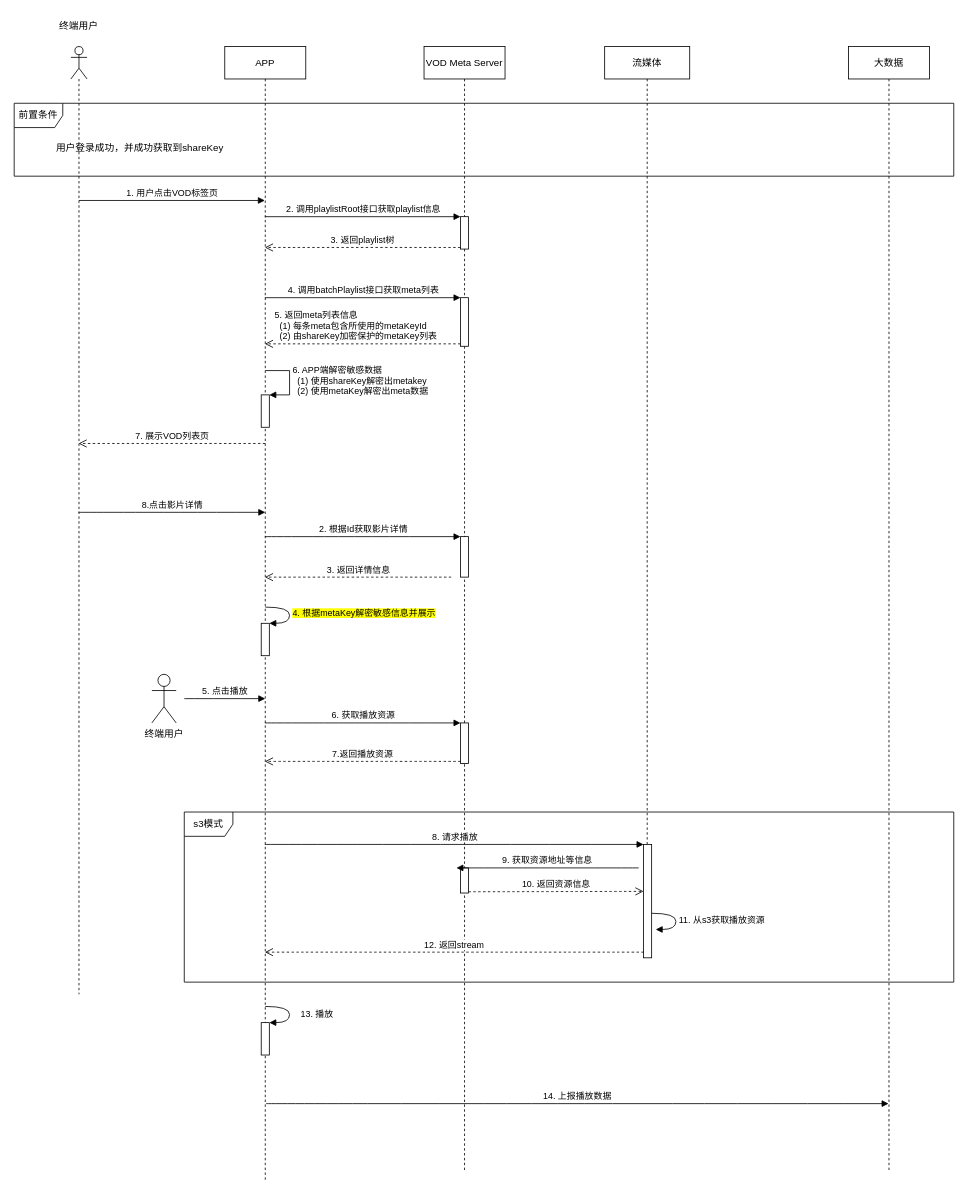
Before: VOD-E2EE.drawio in beixiaohai/zerotrust, a draw.io diagram. Source tidied: cells renumbered, new cells numbered last; positions are measured from the earlier drawing's top-left corner, leaving out a move shared by most shapes. Both pictures are drawn from the tidied source at 81%, with x=0, y=0 at pixel (14, 14).
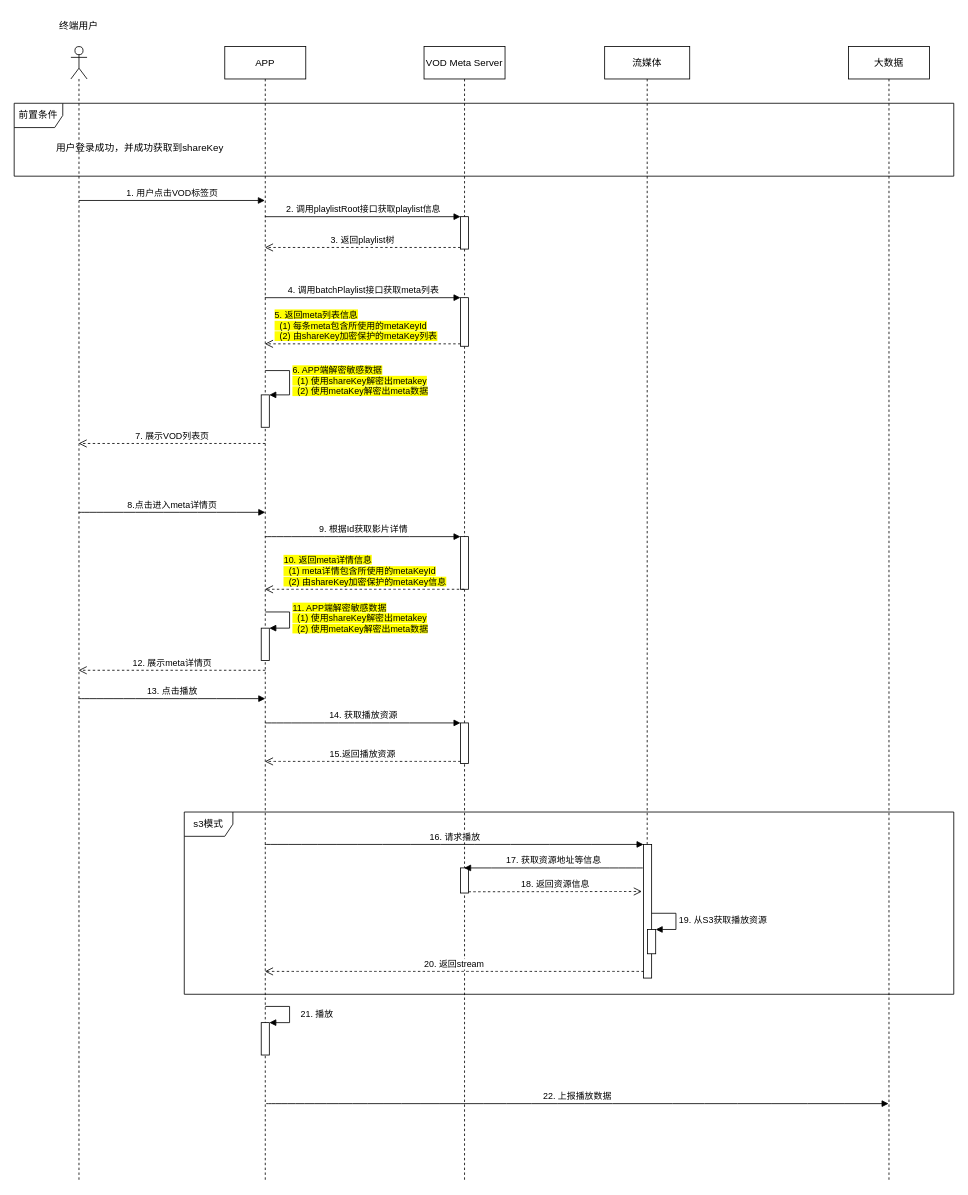
After the change.

The change refers to these unchanged cells:
```xml
<mxCell id="3" value="APP" style="shape=umlLifeline;perimeter=lifelinePerimeter;whiteSpace=wrap;html=1;outlineConnect=0;" parent="1" vertex="1">
  <mxGeometry x="260" y="40" width="100" height="1400" as="geometry" />
</mxCell>
<mxCell id="7" style="html=1;points=[];perimeter=orthogonalPerimeter;" parent="3" vertex="1">
  <mxGeometry x="45" y="1205" width="10" height="40" as="geometry" />
</mxCell>
<mxCell id="10" style="html=1;points=[];perimeter=orthogonalPerimeter;" parent="3" vertex="1">
  <mxGeometry x="45" y="430" width="10" height="40" as="geometry" />
</mxCell>
<mxCell id="14" style="html=1;points=[];perimeter=orthogonalPerimeter;" parent="12" vertex="1">
  <mxGeometry x="45" y="835" width="10" height="50" as="geometry" />
</mxCell>
<mxCell id="15" style="html=1;points=[];perimeter=orthogonalPerimeter;" parent="12" vertex="1">
  <mxGeometry x="45" y="1014" width="10" height="31" as="geometry" />
</mxCell>
<mxCell id="17" style="html=1;points=[];perimeter=orthogonalPerimeter;" parent="12" vertex="1">
  <mxGeometry x="45" y="310" width="10" height="60" as="geometry" />
</mxCell>
```

The edit, as a diff of the source:
```diff
@@
     <mxCell id="2" value="s3模式" style="shape=umlFrame;whiteSpace=wrap;html=1;" parent="1" vertex="1">
-      <mxGeometry x="210" y="985" width="950" height="210" as="geometry" />
+      <mxGeometry x="210" y="985" width="950" height="225" as="geometry" />
     </mxCell>
@@
-    <mxCell id="4" value="8.点击影片详情" style="html=1;verticalAlign=bottom;endArrow=block;labelBackgroundColor=#FFFFFF;curved=1;" parent="3" edge="1" source="33">
+    <mxCell id="4" value="8.点击进入meta详情页" style="html=1;verticalAlign=bottom;endArrow=block;labelBackgroundColor=#FFFFFF;curved=1;" parent="3" edge="1" source="33">
       <mxGeometry relative="1" as="geometry">
         <mxPoint x="50" y="575" as="targetPoint" />
       </mxGeometry>
     </mxCell>
     <mxCell id="5" style="html=1;points=[];perimeter=orthogonalPerimeter;" parent="3" vertex="1">
-      <mxGeometry x="45" y="712" width="10" height="40" as="geometry" />
+      <mxGeometry x="45" y="718" width="10" height="40" as="geometry" />
     </mxCell>
-    <mxCell id="6" value="&lt;span style=&quot;background-color: rgb(255, 255, 0);&quot;&gt;4. 根据metaKey解密敏感信息并展示&lt;/span&gt;" style="edgeStyle=orthogonalEdgeStyle;html=1;align=left;spacingLeft=2;endArrow=block;rounded=0;entryX=1;entryY=0;labelBackgroundColor=#FFFFFF;curved=1;" parent="3" edge="1" target="5">
+    <mxCell id="6" value="&lt;span style=&quot;background-color: rgb(255, 255, 0);&quot;&gt;11. APP端解密敏感数据&lt;br&gt;&amp;nbsp; (1) 使用shareKey解密出metakey&lt;br&gt;&amp;nbsp; (2) 使用metaKey解密出meta数据&lt;/span&gt;" style="edgeStyle=orthogonalEdgeStyle;html=1;align=left;spacingLeft=2;endArrow=block;rounded=0;entryX=1;entryY=0;labelBackgroundColor=#FFFFFF;" parent="3" edge="1" target="5">
       <mxGeometry relative="1" as="geometry">
-        <mxPoint x="50" y="692" as="sourcePoint" />
+        <mxPoint x="50" y="698" as="sourcePoint" />
         <Array as="points">
-          <mxPoint x="80" y="692" />
+          <mxPoint x="80" y="698" />
         </Array>
       </mxGeometry>
     </mxCell>
@@
-    <mxCell id="8" value="13. 播放" style="edgeStyle=orthogonalEdgeStyle;html=1;align=left;spacingLeft=2;endArrow=block;rounded=0;entryX=1;entryY=0;labelBackgroundColor=#FFFFFF;curved=1;" parent="3" edge="1" target="7">
+    <mxCell id="8" value="21. 播放" style="edgeStyle=orthogonalEdgeStyle;html=1;align=left;spacingLeft=2;endArrow=block;rounded=0;entryX=1;entryY=0;labelBackgroundColor=#FFFFFF;" parent="3" edge="1" target="7">
       <mxGeometry x="0.07" y="10" relative="1" as="geometry">
         <mxPoint x="50" y="1185" as="sourcePoint" />
         <Array as="points">
           <mxPoint x="80" y="1185" />
         </Array>
       </mxGeometry>
     </mxCell>
-    <mxCell id="9" value="14. 上报播放数据" style="html=1;verticalAlign=bottom;endArrow=block;labelBackgroundColor=#FFFFFF;curved=1;" parent="3" edge="1">
+    <mxCell id="9" value="22. 上报播放数据" style="html=1;verticalAlign=bottom;endArrow=block;labelBackgroundColor=#FFFFFF;curved=1;" parent="3" edge="1">
       <mxGeometry relative="1" as="geometry">
         <mxPoint x="51" y="1305" as="sourcePoint" />
         <mxPoint x="819.5" y="1305" as="targetPoint" />
       </mxGeometry>
     </mxCell>
@@
-    <mxCell id="11" value="6. APP端解密敏感数据&lt;br&gt;&amp;nbsp; (1) 使用shareKey解密出metakey&lt;br&gt;&amp;nbsp; (2) 使用metaKey解密出meta数据" style="edgeStyle=orthogonalEdgeStyle;html=1;align=left;spacingLeft=2;endArrow=block;rounded=0;entryX=1;entryY=0;" parent="3" edge="1" target="10">
+    <mxCell id="11" value="&lt;span style=&quot;background-color: rgb(255, 255, 0);&quot;&gt;6. APP端解密敏感数据&lt;br&gt;&amp;nbsp; (1) 使用shareKey解密出metakey&lt;br&gt;&amp;nbsp; (2) 使用metaKey解密出meta数据&lt;/span&gt;" style="edgeStyle=orthogonalEdgeStyle;html=1;align=left;spacingLeft=2;endArrow=block;rounded=0;entryX=1;entryY=0;" parent="3" edge="1" target="10">
       <mxGeometry relative="1" as="geometry">
         <mxPoint x="50" y="400" as="sourcePoint" />
         <Array as="points">
           <mxPoint x="80" y="400" />
           <mxPoint x="80" y="430" />
         </Array>
       </mxGeometry>
     </mxCell>
     <mxCell id="12" value="VOD Meta Server" style="shape=umlLifeline;perimeter=lifelinePerimeter;whiteSpace=wrap;html=1;outlineConnect=0;" parent="1" vertex="1">
-      <mxGeometry x="506" y="40" width="100" height="1390" as="geometry" />
+      <mxGeometry x="506" y="40" width="100" height="1400" as="geometry" />
     </mxCell>
     <mxCell id="13" style="html=1;points=[];perimeter=orthogonalPerimeter;" parent="12" vertex="1">
-      <mxGeometry x="45" y="605" width="10" height="50" as="geometry" />
+      <mxGeometry x="45" y="605" width="10" height="65" as="geometry" />
     </mxCell>
@@
     <mxCell id="18" value="流媒体" style="shape=umlLifeline;perimeter=lifelinePerimeter;whiteSpace=wrap;html=1;" parent="1" vertex="1">
-      <mxGeometry x="729" y="40" width="105" height="1090" as="geometry" />
+      <mxGeometry x="729" y="40" width="105" height="1150" as="geometry" />
     </mxCell>
     <mxCell id="19" style="html=1;points=[];perimeter=orthogonalPerimeter;" parent="18" vertex="1">
-      <mxGeometry x="48" y="985" width="10" height="140" as="geometry" />
+      <mxGeometry x="48" y="985" width="10" height="165" as="geometry" />
     </mxCell>
-    <mxCell id="20" value="11. 从s3获取播放资源" style="edgeStyle=orthogonalEdgeStyle;html=1;align=left;spacingLeft=2;endArrow=block;rounded=0;entryX=1;entryY=0;labelBackgroundColor=#FFFFFF;curved=1;" parent="18" edge="1">
-      <mxGeometry relative="1" as="geometry">
-        <mxPoint x="58" y="1070" as="sourcePoint" />
-        <mxPoint x="63" y="1090" as="targetPoint" />
-        <Array as="points">
-          <mxPoint x="88" y="1070" />
-        </Array>
-      </mxGeometry>
-    </mxCell>
@@
-    <mxCell id="22" value="2. 根据Id获取影片详情" style="html=1;verticalAlign=bottom;endArrow=block;entryX=0;entryY=0;labelBackgroundColor=#FFFFFF;curved=1;" parent="1" edge="1" target="13">
+    <mxCell id="22" value="9. 根据Id获取影片详情" style="html=1;verticalAlign=bottom;endArrow=block;entryX=0;entryY=0;labelBackgroundColor=#FFFFFF;curved=1;" parent="1" edge="1" target="13">
       <mxGeometry relative="1" as="geometry">
         <mxPoint x="309.5" y="645" as="sourcePoint" />
       </mxGeometry>
     </mxCell>
-    <mxCell id="23" value="3. 返回详情信息" style="html=1;verticalAlign=bottom;endArrow=open;dashed=1;endSize=8;labelBackgroundColor=#FFFFFF;curved=1;" parent="1" edge="1">
+    <mxCell id="23" value="&lt;div style=&quot;text-align: left;&quot;&gt;&lt;span style=&quot;background-color: rgb(255, 255, 0);&quot;&gt;10. 返回meta详情信息&lt;/span&gt;&lt;/div&gt;&lt;div style=&quot;text-align: left;&quot;&gt;&lt;span style=&quot;background-color: rgb(255, 255, 0);&quot;&gt;&amp;nbsp; (1) meta详情包含所使用的metaKeyId&lt;/span&gt;&lt;/div&gt;&lt;div style=&quot;text-align: left;&quot;&gt;&lt;span style=&quot;background-color: rgb(255, 255, 0);&quot;&gt;&amp;nbsp; (2) 由shareKey加密保护的metaKey信息&lt;/span&gt;&lt;/div&gt;" style="html=1;verticalAlign=bottom;endArrow=open;dashed=1;endSize=8;labelBackgroundColor=#FFFFFF;curved=1;" parent="1" edge="1" source="12" target="3">
       <mxGeometry relative="1" as="geometry">
-        <mxPoint x="539.5" y="695" as="sourcePoint" />
-        <mxPoint x="309.5" y="695" as="targetPoint" />
+        <Array as="points">
+          <mxPoint x="430" y="710" />
+        </Array>
       </mxGeometry>
     </mxCell>
-    <mxCell id="24" value="5. 点击播放" style="html=1;verticalAlign=bottom;endArrow=block;labelBackgroundColor=#FFFFFF;curved=1;" parent="1" edge="1">
+    <mxCell id="24" value="13. 点击播放" style="html=1;verticalAlign=bottom;endArrow=block;labelBackgroundColor=#FFFFFF;curved=1;" parent="1" edge="1" source="33">
       <mxGeometry relative="1" as="geometry">
-        <mxPoint x="210" y="845" as="sourcePoint" />
         <mxPoint x="310" y="845" as="targetPoint" />
       </mxGeometry>
     </mxCell>
-    <mxCell id="25" value="终端用户" style="shape=umlActor;verticalLabelPosition=bottom;verticalAlign=top;html=1;" parent="1" vertex="1">
-      <mxGeometry x="170" y="815" width="30" height="60" as="geometry" />
-    </mxCell>
-    <mxCell id="26" value="6. 获取播放资源" style="html=1;verticalAlign=bottom;endArrow=block;entryX=0;entryY=0;labelBackgroundColor=#FFFFFF;curved=1;" parent="1" edge="1" target="14">
+    <mxCell id="26" value="14. 获取播放资源" style="html=1;verticalAlign=bottom;endArrow=block;entryX=0;entryY=0;labelBackgroundColor=#FFFFFF;curved=1;" parent="1" edge="1" target="14">
       <mxGeometry relative="1" as="geometry">
         <mxPoint x="309.5" y="875" as="sourcePoint" />
       </mxGeometry>
     </mxCell>
-    <mxCell id="27" value="7.返回播放资源" style="html=1;verticalAlign=bottom;endArrow=open;dashed=1;endSize=8;exitX=0;exitY=0.95;labelBackgroundColor=#FFFFFF;curved=1;" parent="1" edge="1" source="14">
+    <mxCell id="27" value="15.返回播放资源" style="html=1;verticalAlign=bottom;endArrow=open;dashed=1;endSize=8;exitX=0;exitY=0.95;labelBackgroundColor=#FFFFFF;curved=1;" parent="1" edge="1" source="14">
       <mxGeometry relative="1" as="geometry">
         <mxPoint x="309.5" y="922.5" as="targetPoint" />
       </mxGeometry>
     </mxCell>
-    <mxCell id="28" value="8. 请求播放" style="html=1;verticalAlign=bottom;endArrow=block;entryX=0;entryY=0;labelBackgroundColor=#FFFFFF;curved=1;" parent="1" edge="1" target="19">
+    <mxCell id="28" value="16. 请求播放" style="html=1;verticalAlign=bottom;endArrow=block;entryX=0;entryY=0;labelBackgroundColor=#FFFFFF;curved=1;" parent="1" edge="1" target="19">
       <mxGeometry relative="1" as="geometry">
         <mxPoint x="309.5" y="1025" as="sourcePoint" />
       </mxGeometry>
     </mxCell>
-    <mxCell id="29" value="12. 返回stream" style="html=1;verticalAlign=bottom;endArrow=open;dashed=1;endSize=8;exitX=0;exitY=0.95;labelBackgroundColor=#FFFFFF;curved=1;" parent="1" edge="1" source="19">
-      <mxGeometry relative="1" as="geometry">
-        <mxPoint x="309.5" y="1158" as="targetPoint" />
-      </mxGeometry>
+    <mxCell id="29" value="20. 返回stream" style="html=1;verticalAlign=bottom;endArrow=open;dashed=1;endSize=8;exitX=0;exitY=0.95;labelBackgroundColor=#FFFFFF;curved=1;" parent="1" edge="1" source="19" target="3">
+      <mxGeometry relative="1" as="geometry" />
     </mxCell>
-    <mxCell id="30" value="9. 获取资源地址等信息" style="html=1;verticalAlign=bottom;endArrow=block;entryX=1;entryY=0;labelBackgroundColor=#FFFFFF;curved=1;" parent="1" edge="1">
-      <mxGeometry relative="1" as="geometry">
-        <mxPoint x="771" y="1054" as="sourcePoint" />
-        <mxPoint x="546" y="1054" as="targetPoint" />
-      </mxGeometry>
+    <mxCell id="30" value="17. 获取资源地址等信息" style="html=1;verticalAlign=bottom;endArrow=block;labelBackgroundColor=#FFFFFF;curved=1;exitX=-0.1;exitY=0.176;exitDx=0;exitDy=0;exitPerimeter=0;" parent="1" edge="1" source="19" target="12">
+      <mxGeometry relative="1" as="geometry" />
     </mxCell>
-    <mxCell id="31" value="10. 返回资源信息" style="html=1;verticalAlign=bottom;endArrow=open;dashed=1;endSize=8;exitX=1;exitY=0.95;labelBackgroundColor=#FFFFFF;curved=1;entryX=0;entryY=0.414;entryDx=0;entryDy=0;entryPerimeter=0;" parent="1" edge="1" source="15" target="19">
+    <mxCell id="31" value="18. 返回资源信息" style="html=1;verticalAlign=bottom;endArrow=open;dashed=1;endSize=8;exitX=1;exitY=0.95;labelBackgroundColor=#FFFFFF;curved=1;entryX=-0.2;entryY=0.352;entryDx=0;entryDy=0;entryPerimeter=0;" parent="1" edge="1" source="15" target="19">
       <mxGeometry relative="1" as="geometry" />
     </mxCell>
     <mxCell id="32" value="大数据" style="shape=umlLifeline;perimeter=lifelinePerimeter;whiteSpace=wrap;html=1;" parent="1" vertex="1">
-      <mxGeometry x="1030" y="40" width="100" height="1390" as="geometry" />
+      <mxGeometry x="1030" y="40" width="100" height="1400" as="geometry" />
     </mxCell>
     <mxCell id="33" style="shape=umlLifeline;participant=umlActor;perimeter=lifelinePerimeter;whiteSpace=wrap;html=1;verticalAlign=top;spacingTop=36;outlineConnect=0;" parent="1" vertex="1">
-      <mxGeometry x="70" y="40" width="20" height="1170" as="geometry" />
+      <mxGeometry x="70" y="40" width="20" height="1400" as="geometry" />
     </mxCell>
@@
-    <mxCell id="40" value="5. 返回meta列表信息&lt;br&gt;&amp;nbsp; (1) 每条meta包含所使用的metaKeyId&lt;br&gt;&amp;nbsp; (2) 由shareKey加密保护的metaKey列表" style="html=1;verticalAlign=bottom;endArrow=open;dashed=1;endSize=8;exitX=0;exitY=0.95;rounded=0;align=left;" parent="1" edge="1" source="17" target="3">
+    <mxCell id="40" value="&lt;span style=&quot;background-color: rgb(255, 255, 0);&quot;&gt;5. 返回meta列表信息&lt;br&gt;&amp;nbsp; (1) 每条meta包含所使用的metaKeyId&lt;br&gt;&amp;nbsp; (2) 由shareKey加密保护的metaKey列表&lt;/span&gt;" style="html=1;verticalAlign=bottom;endArrow=open;dashed=1;endSize=8;exitX=0;exitY=0.95;rounded=0;align=left;" parent="1" edge="1" source="17" target="3">
       <mxGeometry x="0.91" relative="1" as="geometry" />
     </mxCell>
@@
+    <mxCell id="42" value="12. 展示meta详情页" style="html=1;verticalAlign=bottom;endArrow=open;dashed=1;endSize=8;rounded=0;" parent="1" edge="1" target="33">
+      <mxGeometry relative="1" as="geometry">
+        <mxPoint x="310" y="810" as="sourcePoint" />
+      </mxGeometry>
+    </mxCell>
+    <mxCell id="43" style="html=1;points=[];perimeter=orthogonalPerimeter;" parent="1" vertex="1">
+      <mxGeometry x="782" y="1130" width="10" height="30" as="geometry" />
+    </mxCell>
+    <mxCell id="44" value="19. 从S3获取播放资源" style="edgeStyle=orthogonalEdgeStyle;html=1;align=left;spacingLeft=2;endArrow=block;rounded=0;entryX=1;entryY=0;" parent="1" edge="1" target="43">
+      <mxGeometry relative="1" as="geometry">
+        <mxPoint x="787" y="1110" as="sourcePoint" />
+        <Array as="points">
+          <mxPoint x="817" y="1110" />
+        </Array>
+      </mxGeometry>
+    </mxCell>
```
